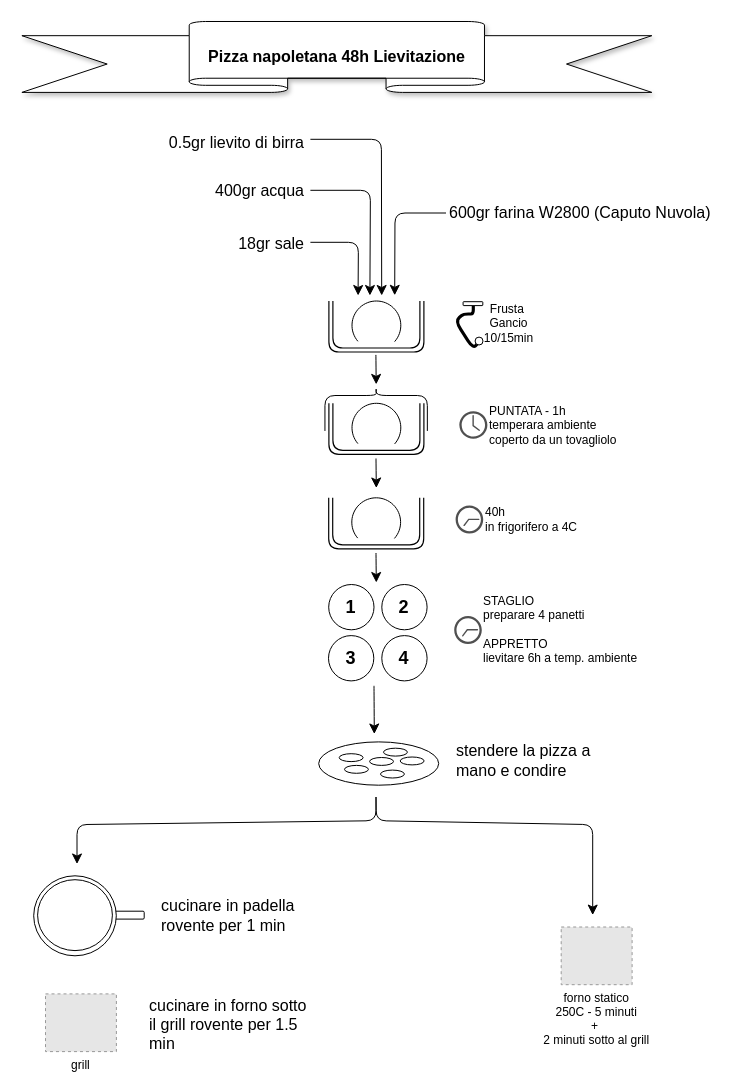
The draw.io diagram pizza-48h-lievitazione.drawio in nicolgit/drawio-cooking-shapes, before the edit. Source tidied: cells renumbered, new cells numbered last; positions are measured from the earlier drawing's top-left corner, leaving out a move shared by most shapes. Both pictures are drawn from the tidied source at 100%, with x=0, y=0 at pixel (21, 21). Pictures stored in the file or linked from it are replaced by grey dashed boxes.
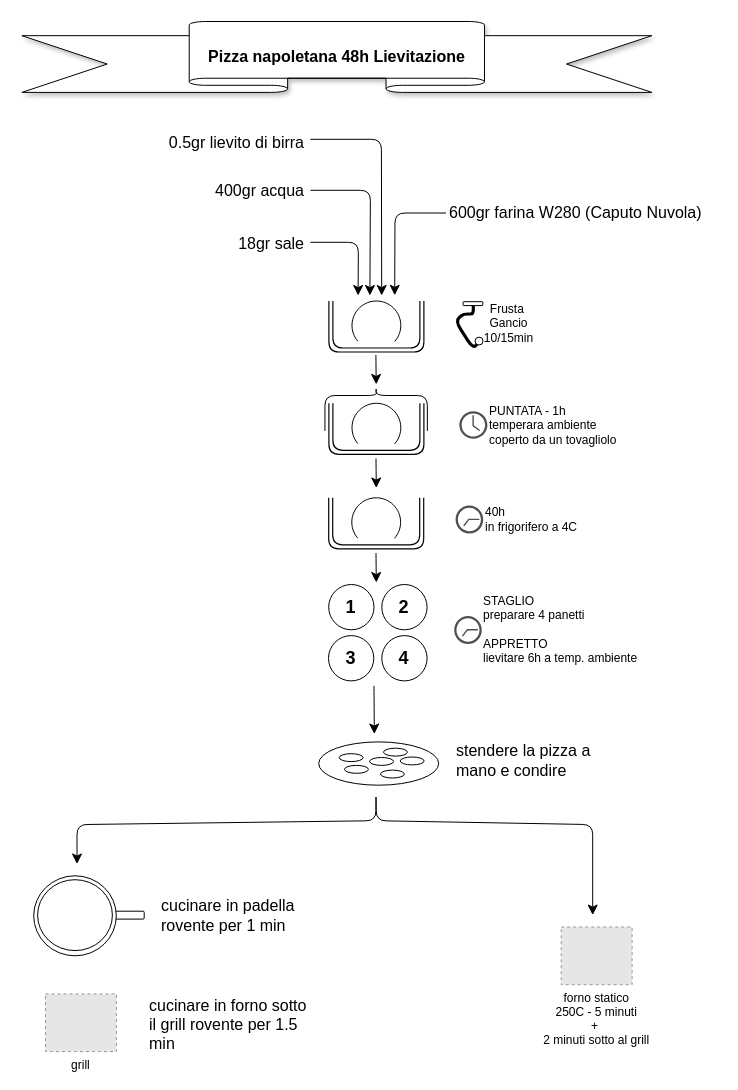
After the change.

Diff of the diagram source:
```diff
@@
-    <mxCell id="4" value="600gr farina W2800 (Caputo Nuvola)" style="text;strokeColor=none;fillColor=none;html=1;align=left;verticalAlign=middle;whiteSpace=wrap;rounded=0;fontSize=16;" parent="1" vertex="1">
+    <mxCell id="4" value="600gr farina W280 (Caputo Nuvola)" style="text;strokeColor=none;fillColor=none;html=1;align=left;verticalAlign=middle;whiteSpace=wrap;rounded=0;fontSize=16;" parent="1" vertex="1">
       <mxGeometry x="425.9" y="175.6" width="274" height="30" as="geometry" />
     </mxCell>
```
